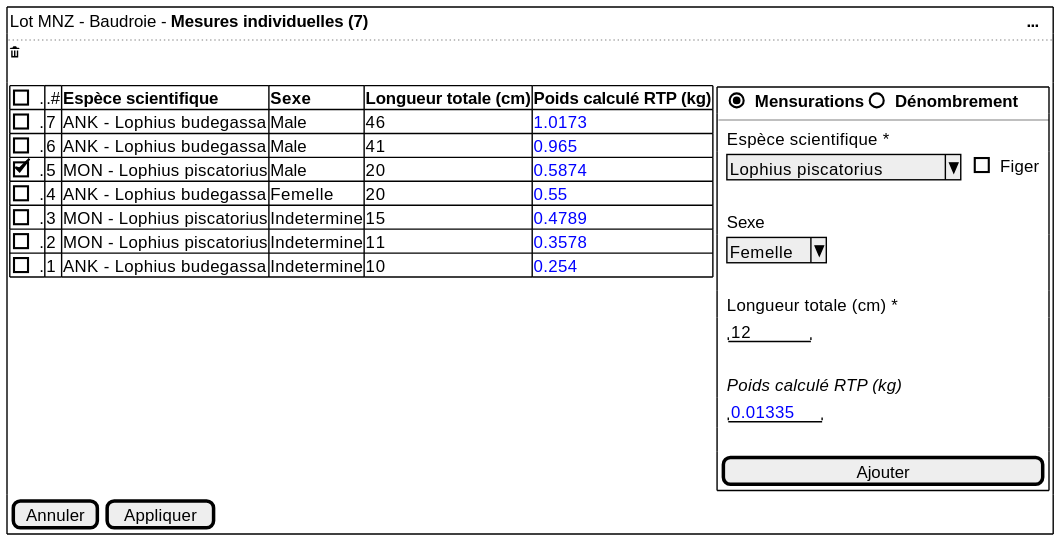
The PlantUML diagram projects/common/spe/images/individual-measures.svg in sumaris-net/sumaris-doc, before a commit. Its source is kept beside it as projects/common/spe/images/individual-measures.puml.
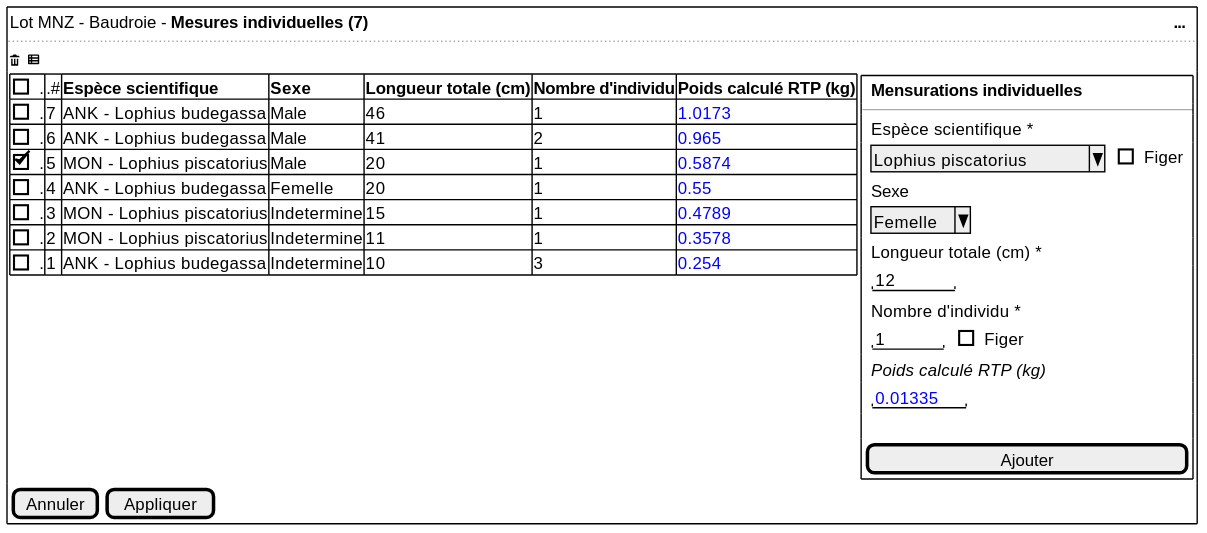
After the change.

Diff of the diagram source:
```diff
@@ -1,36 +1,38 @@
 @startsalt
  {+
-  { Lot MNZ - Baudroie - <b>Mesures individuelles (7) | . | . |. |. |. |. |. |. |. |. |. |. |. |. |. |. |. |. |. |. |. |. |. |. |. |. |. |. |. |. |. |. |. |. |. |. |. |. |. |. |. |. |. |. |. |. |. |. |. |. |. |. |. |. |. |. |. |. |. |. |. |. |. |. |. |. |. |. |. |. |. |. |. |. |. |. |. |. |. |. |. |. |. |. |. |. |. |. |. |. |. |. |. |<b> ...}
+  { Lot MNZ - Baudroie - <b>Mesures individuelles (7) | . | . |. |. |. |. |. |. |. |. |. |. |. |. |. |. |. |. |. |. |. |. |. |. |. |. |. |. |. |. |. |. |. |. |. |. |. |. |. |. |. |. |. |. |. |. |. |. |. |. |. |. |. |. |. |. |. |. |. |. |. |. |. |. |. |. |. |. |. |. |. |. |. |. |. |. |. |. |. |. |. |. |. |. |. |. |. |. |. |. |. |. |. |. |. |. |. |. |. |. |. |. |. |. |. |. |. |. |. |. |. |. |. |. |<b> ...}
   ..
-  <&trash>
-  .
+  <&trash> <&spreadsheet> <&browser>
 
   {
 	{#
-      [].| .# | <b>Espèce scientifique | <b>Sexe | <b>Longueur totale (cm) | <b>Poids calculé RTP (kg)
-      [].| 7 | ANK - Lophius budegassa   | Male | 46 | <color:blue>1.0173
-      [].| 6 | ANK - Lophius budegassa   | Male | 41 | <color:blue>0.965
-      [X].| 5 | MON - Lophius piscatorius | Male | 20 | <color:blue>0.5874
-      [].| 4 | ANK - Lophius budegassa   | Femelle | 20 | <color:blue>0.55
-      [].| 3 | MON - Lophius piscatorius | Indetermine | 15 | <color:blue>0.4789
-      [].| 2 | MON - Lophius piscatorius | Indetermine | 11 | <color:blue>0.3578
-      [].| 1 | ANK - Lophius budegassa   | Indetermine | 10 | <color:blue>0.254
+      [].| .# | <b>Espèce scientifique | <b>Sexe | <b>Longueur totale (cm) | <b>Nombre d'individu | <b>Poids calculé RTP (kg)
+      [].| 7 | ANK - Lophius budegassa   | Male | 46 | 1 | <color:blue>1.0173
+      [].| 6 | ANK - Lophius budegassa   | Male | 41 | 2 |<color:blue>0.965
+      [X].| 5 | MON - Lophius piscatorius | Male | 20 | 1 | <color:blue>0.5874
+      [].| 4 | ANK - Lophius budegassa   | Femelle | 20 | 1 | <color:blue>0.55
+      [].| 3 | MON - Lophius piscatorius | Indetermine | 15 | 1 | <color:blue>0.4789
+      [].| 2 | MON - Lophius piscatorius | Indetermine | 11 | 1 | <color:blue>0.3578
+      [].| 1 | ANK - Lophius budegassa   | Indetermine | 10 | 3 | <color:blue>0.254
     } |
 
     {
       {+
-        { | . | (X)  <b>Mensurations | ()  <b>Dénombrement }
+        { | . |  <b>Mensurations individuelles| }
 
         --
         { | . | Espèce scientifique *  | . }
         { | . | ^Lophius piscatorius^   | .  | [ ] Figer }
-        .
+
         { | . | Sexe  | . }
         { | . | ^Femelle^  }
-        .
+
         { | . | Longueur totale (cm) * | .  }
         { | . | "   12  "  }
-        .
+
+        { | . | Nombre d'individu * | .  }
+        { | . | "   1  "  | .  | [ ] Figer }
+
         { | . | <i>Poids calculé RTP (kg)  | . }
         { | . | "<color:blue>0.01335 " | .  }
         .
```
